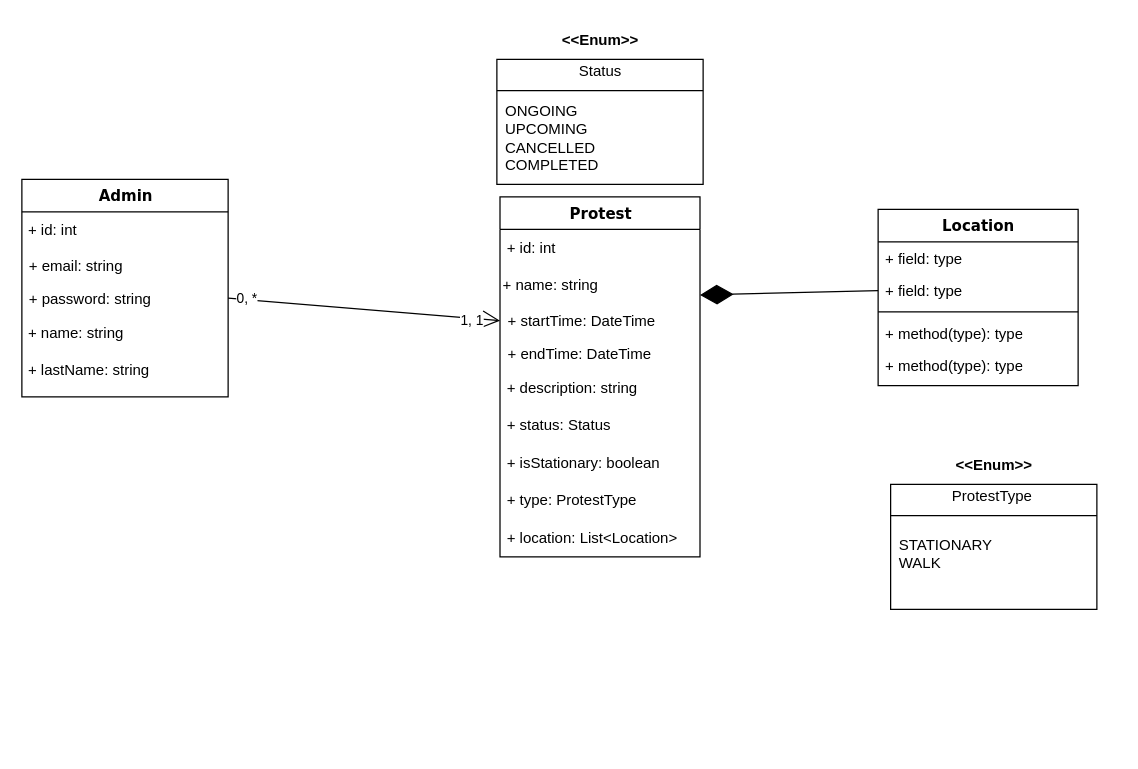
MilanUD/protests-tracker keeps this draw.io diagram as RoadBlockTracker.drawio. Above is the earlier version. Source tidied: cells renumbered, new cells numbered last; positions are measured from the earlier drawing's top-left corner, leaving out a move shared by most shapes. Both pictures are drawn from the tidied source at 125%, with x=0, y=0 at pixel (21, 21).
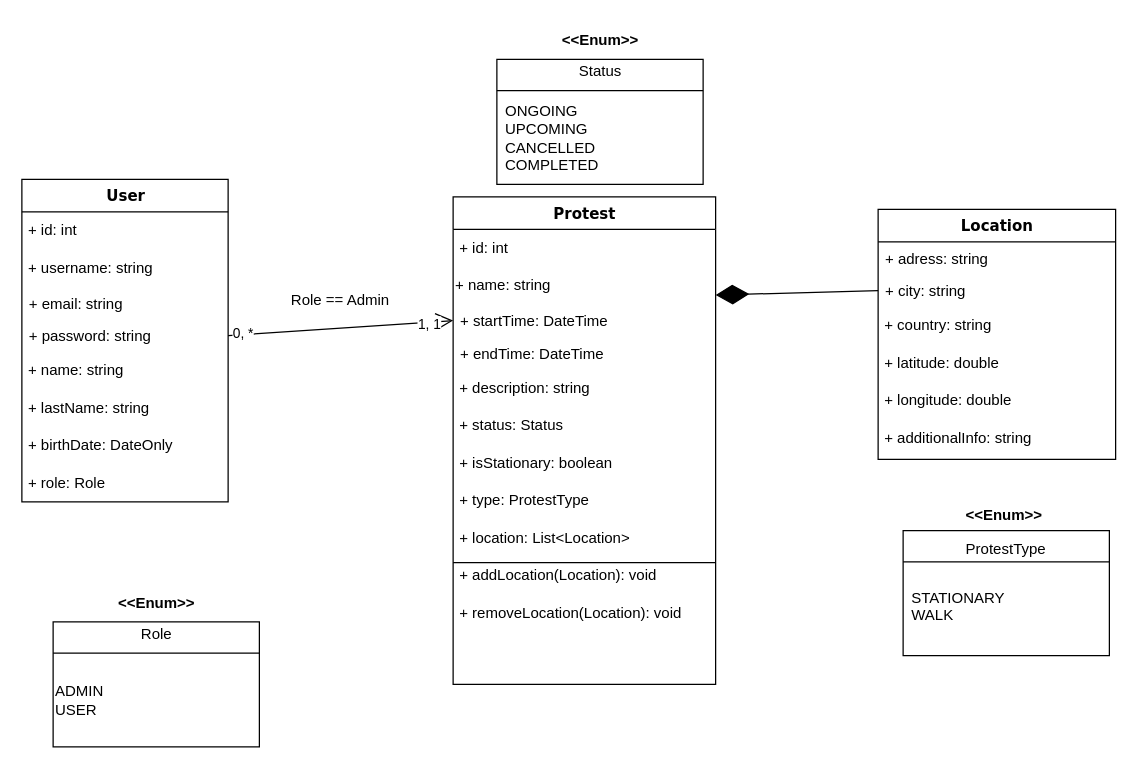
After the change.

Diff of the diagram source:
```diff
@@
-    <mxCell id="2" value="Admin" style="swimlane;html=1;fontStyle=1;align=center;verticalAlign=top;horizontal=1;startSize=26;swimlaneFillColor=#ffffff;rounded=0;shadow=0;comic=0;labelBackgroundColor=none;strokeWidth=1;fillColor=none;fontFamily=Verdana;fontSize=12;" parent="1" vertex="1">
-      <mxGeometry y="126" width="165" height="174" as="geometry" />
+    <mxCell id="2" value="User" style="swimlane;html=1;fontStyle=1;align=center;verticalAlign=top;horizontal=1;startSize=26;swimlaneFillColor=#ffffff;rounded=0;shadow=0;comic=0;labelBackgroundColor=none;strokeWidth=1;fillColor=none;fontFamily=Verdana;fontSize=12;" parent="1" vertex="1">
+      <mxGeometry y="126" width="165" height="258" as="geometry" />
     </mxCell>
@@
+    <mxCell id="38" value="&amp;nbsp;+ username: string" style="text;html=1;align=left;verticalAlign=middle;whiteSpace=wrap;rounded=0;" parent="2" vertex="1">
+      <mxGeometry y="56" width="165" height="30" as="geometry" />
+    </mxCell>
     <mxCell id="4" value="+ email: string" style="text;html=1;strokeColor=none;fillColor=none;align=left;verticalAlign=top;spacingLeft=4;spacingRight=4;whiteSpace=wrap;overflow=hidden;" parent="2" vertex="1">
-      <mxGeometry y="56" width="165" height="26" as="geometry" />
+      <mxGeometry y="86" width="165" height="26" as="geometry" />
     </mxCell>
     <mxCell id="5" value="+ password: string" style="text;html=1;strokeColor=none;fillColor=none;align=left;verticalAlign=top;spacingLeft=4;spacingRight=4;whiteSpace=wrap;overflow=hidden;points=[[0,0.5],[1,0.5]];portConstraint=eastwest;" parent="2" vertex="1">
-      <mxGeometry y="82" width="165" height="26" as="geometry" />
+      <mxGeometry y="112" width="165" height="26" as="geometry" />
     </mxCell>
     <mxCell id="6" value="&amp;nbsp;+ name: string" style="text;html=1;align=left;verticalAlign=middle;whiteSpace=wrap;rounded=0;" parent="2" vertex="1">
-      <mxGeometry y="108" width="165" height="30" as="geometry" />
+      <mxGeometry y="138" width="165" height="30" as="geometry" />
     </mxCell>
     <mxCell id="7" value="&amp;nbsp;+ lastName: string" style="text;html=1;align=left;verticalAlign=middle;whiteSpace=wrap;rounded=0;" parent="2" vertex="1">
-      <mxGeometry y="138" width="165" height="30" as="geometry" />
+      <mxGeometry y="168" width="165" height="30" as="geometry" />
     </mxCell>
+    <mxCell id="39" value="&amp;nbsp;+ birthDate: DateOnly" style="text;html=1;align=left;verticalAlign=middle;whiteSpace=wrap;rounded=0;" parent="2" vertex="1">
+      <mxGeometry y="198" width="165" height="30" as="geometry" />
+    </mxCell>
+    <mxCell id="40" value="&amp;nbsp;+ role: Role" style="text;html=1;align=left;verticalAlign=middle;whiteSpace=wrap;rounded=0;" parent="2" vertex="1">
+      <mxGeometry y="228" width="165" height="30" as="geometry" />
+    </mxCell>
     <mxCell id="8" value="Protest" style="swimlane;html=1;fontStyle=1;align=center;verticalAlign=top;horizontal=1;startSize=26;swimlaneFillColor=#ffffff;rounded=0;shadow=0;comic=0;labelBackgroundColor=none;strokeWidth=1;fillColor=none;fontFamily=Verdana;fontSize=12;" parent="1" vertex="1">
-      <mxGeometry x="382.5" y="140" width="160" height="288" as="geometry" />
+      <mxGeometry x="345" y="140" width="210" height="390" as="geometry" />
     </mxCell>
     <mxCell id="9" value="&amp;nbsp;+ id: int" style="text;html=1;align=left;verticalAlign=middle;whiteSpace=wrap;rounded=0;" parent="8" vertex="1">
-      <mxGeometry y="26" width="160" height="30" as="geometry" />
+      <mxGeometry y="26" width="210" height="30" as="geometry" />
     </mxCell>
     <mxCell id="10" value="+ name: string" style="text;html=1;align=left;verticalAlign=middle;whiteSpace=wrap;rounded=0;" parent="8" vertex="1">
-      <mxGeometry y="56" width="160" height="30" as="geometry" />
+      <mxGeometry y="56" width="210" height="30" as="geometry" />
     </mxCell>
     <mxCell id="11" value="+ startTime: DateTime" style="text;html=1;strokeColor=none;fillColor=none;align=left;verticalAlign=top;spacingLeft=4;spacingRight=4;whiteSpace=wrap;overflow=hidden;points=[[0,0.5],[1,0.5]];portConstraint=eastwest;" parent="8" vertex="1">
-      <mxGeometry y="86" width="160" height="26" as="geometry" />
+      <mxGeometry y="86" width="210" height="26" as="geometry" />
     </mxCell>
     <mxCell id="12" value="+ endTime: DateTime" style="text;html=1;strokeColor=none;fillColor=none;align=left;verticalAlign=top;spacingLeft=4;spacingRight=4;whiteSpace=wrap;overflow=hidden;" parent="8" vertex="1">
-      <mxGeometry y="112" width="160" height="26" as="geometry" />
+      <mxGeometry y="112" width="210" height="26" as="geometry" />
     </mxCell>
     <mxCell id="13" value="&amp;nbsp;+ description: string" style="text;html=1;align=left;verticalAlign=middle;whiteSpace=wrap;rounded=0;" parent="8" vertex="1">
-      <mxGeometry y="138" width="160" height="30" as="geometry" />
+      <mxGeometry y="138" width="210" height="30" as="geometry" />
     </mxCell>
     <mxCell id="14" value="&amp;nbsp;+ status: Status" style="text;html=1;align=left;verticalAlign=middle;whiteSpace=wrap;rounded=0;" parent="8" vertex="1">
-      <mxGeometry y="168" width="160" height="30" as="geometry" />
+      <mxGeometry y="168" width="210" height="30" as="geometry" />
     </mxCell>
     <mxCell id="15" value="&amp;nbsp;+ isStationary: boolean" style="text;html=1;align=left;verticalAlign=middle;whiteSpace=wrap;rounded=0;" parent="8" vertex="1">
-      <mxGeometry y="198" width="160" height="30" as="geometry" />
+      <mxGeometry y="198" width="210" height="30" as="geometry" />
     </mxCell>
     <mxCell id="16" value="&amp;nbsp;+ type: ProtestType" style="text;html=1;align=left;verticalAlign=middle;whiteSpace=wrap;rounded=0;" parent="8" vertex="1">
-      <mxGeometry y="228" width="160" height="30" as="geometry" />
+      <mxGeometry y="228" width="210" height="30" as="geometry" />
     </mxCell>
     <mxCell id="17" value="&amp;nbsp;+ location: List&amp;lt;Location&amp;gt;" style="text;html=1;align=left;verticalAlign=middle;whiteSpace=wrap;rounded=0;" parent="8" vertex="1">
-      <mxGeometry y="258" width="160" height="30" as="geometry" />
+      <mxGeometry y="258" width="210" height="30" as="geometry" />
     </mxCell>
+    <mxCell id="41" value="&amp;nbsp;+ addLocation(Location): void" style="text;html=1;align=left;verticalAlign=middle;whiteSpace=wrap;rounded=0;" parent="8" vertex="1">
+      <mxGeometry y="288" width="210" height="30" as="geometry" />
+    </mxCell>
+    <mxCell id="42" value="&amp;nbsp;+ removeLocation(Location): void" style="text;html=1;align=left;verticalAlign=middle;whiteSpace=wrap;rounded=0;" parent="8" vertex="1">
+      <mxGeometry y="318" width="210" height="30" as="geometry" />
+    </mxCell>
     <mxCell id="18" value="Location" style="swimlane;html=1;fontStyle=1;align=center;verticalAlign=top;horizontal=1;startSize=26;swimlaneFillColor=#ffffff;rounded=0;shadow=0;comic=0;labelBackgroundColor=none;strokeWidth=1;fillColor=none;fontFamily=Verdana;fontSize=12;" parent="1" vertex="1">
-      <mxGeometry x="685" y="150" width="160" height="141" as="geometry" />
+      <mxGeometry x="685" y="150" width="190" height="200" as="geometry" />
     </mxCell>
-    <mxCell id="19" value="+ field: type" style="text;html=1;strokeColor=none;fillColor=none;align=left;verticalAlign=top;spacingLeft=4;spacingRight=4;whiteSpace=wrap;overflow=hidden;" parent="18" vertex="1">
-      <mxGeometry y="26" width="160" height="26" as="geometry" />
+    <mxCell id="19" value="+ adress: string" style="text;html=1;strokeColor=none;fillColor=none;align=left;verticalAlign=top;spacingLeft=4;spacingRight=4;whiteSpace=wrap;overflow=hidden;" parent="18" vertex="1">
+      <mxGeometry y="26" width="190" height="26" as="geometry" />
     </mxCell>
-    <mxCell id="20" value="+ field: type" style="text;html=1;strokeColor=none;fillColor=none;align=left;verticalAlign=top;spacingLeft=4;spacingRight=4;whiteSpace=wrap;overflow=hidden;points=[[0,0.5],[1,0.5]];portConstraint=eastwest;" parent="18" vertex="1">
-      <mxGeometry y="52" width="160" height="26" as="geometry" />
+    <mxCell id="20" value="+ city: string" style="text;html=1;strokeColor=none;fillColor=none;align=left;verticalAlign=top;spacingLeft=4;spacingRight=4;whiteSpace=wrap;overflow=hidden;points=[[0,0.5],[1,0.5]];portConstraint=eastwest;" parent="18" vertex="1">
+      <mxGeometry y="52" width="190" height="26" as="geometry" />
     </mxCell>
-    <mxCell id="21" style="line;html=1;strokeWidth=1;fillColor=none;align=left;verticalAlign=middle;spacingTop=-1;spacingLeft=3;spacingRight=3;labelPosition=right;" parent="18" vertex="1">
-      <mxGeometry y="78" width="160" height="8" as="geometry" />
-    </mxCell>
-    <mxCell id="22" value="+ method(type): type" style="text;html=1;strokeColor=none;fillColor=none;align=left;verticalAlign=top;spacingLeft=4;spacingRight=4;whiteSpace=wrap;overflow=hidden;" parent="18" vertex="1">
-      <mxGeometry y="86" width="160" height="26" as="geometry" />
-    </mxCell>
-    <mxCell id="23" value="+ method(type): type" style="text;html=1;strokeColor=none;fillColor=none;align=left;verticalAlign=top;spacingLeft=4;spacingRight=4;whiteSpace=wrap;overflow=hidden;" parent="18" vertex="1">
-      <mxGeometry y="112" width="160" height="26" as="geometry" />
-    </mxCell>
+    <mxCell id="43" value="&amp;nbsp;+ country: string" style="text;html=1;align=left;verticalAlign=middle;whiteSpace=wrap;rounded=0;" parent="18" vertex="1">
+      <mxGeometry y="78" width="190" height="30" as="geometry" />
+    </mxCell>
+    <mxCell id="44" value="&amp;nbsp;+ latitude: double&amp;nbsp;" style="text;html=1;align=left;verticalAlign=middle;whiteSpace=wrap;rounded=0;" parent="18" vertex="1">
+      <mxGeometry y="108" width="190" height="30" as="geometry" />
+    </mxCell>
+    <mxCell id="45" value="&amp;nbsp;+ longitude: double" style="text;html=1;align=left;verticalAlign=middle;whiteSpace=wrap;rounded=0;" parent="18" vertex="1">
+      <mxGeometry y="138" width="190" height="30" as="geometry" />
+    </mxCell>
+    <mxCell id="46" value="&amp;nbsp;+ additionalInfo: string" style="text;html=1;align=left;verticalAlign=middle;whiteSpace=wrap;rounded=0;" parent="18" vertex="1">
+      <mxGeometry y="168" width="190" height="30" as="geometry" />
+    </mxCell>
@@
     <mxCell id="29" style="rounded=0;whiteSpace=wrap;html=1;" parent="1" vertex="1">
-      <mxGeometry x="695" y="370" width="165" height="100" as="geometry" />
+      <mxGeometry x="705" y="407" width="165" height="100" as="geometry" />
     </mxCell>
     <mxCell id="30" value="&lt;b&gt;&amp;lt;&amp;lt;Enum&amp;gt;&amp;gt;&lt;/b&gt;" style="text;html=1;align=center;verticalAlign=middle;whiteSpace=wrap;rounded=0;" parent="1" vertex="1">
-      <mxGeometry x="747.5" y="340" width="60" height="30" as="geometry" />
+      <mxGeometry x="756.2" y="380" width="60" height="30" as="geometry" />
     </mxCell>
@@
     <mxCell id="32" value="ProtestType" style="text;html=1;align=center;verticalAlign=middle;whiteSpace=wrap;rounded=0;" parent="1" vertex="1">
-      <mxGeometry x="745" y="370" width="62.5" height="20" as="geometry" />
+      <mxGeometry x="756.2" y="412" width="62.5" height="20" as="geometry" />
     </mxCell>
     <mxCell id="33" value="STATIONARY&lt;br&gt;WALK&lt;br&gt;&lt;div&gt;&lt;br&gt;&lt;/div&gt;" style="text;html=1;align=left;verticalAlign=middle;whiteSpace=wrap;rounded=0;" parent="1" vertex="1">
-      <mxGeometry x="700" y="410" width="75" height="45" as="geometry" />
+      <mxGeometry x="710" y="452" width="75" height="45" as="geometry" />
     </mxCell>
@@
+    <mxCell id="47" style="endArrow=none;html=1;rounded=0;entryX=1;entryY=0.75;entryDx=0;entryDy=0;exitX=0;exitY=0.75;exitDx=0;exitDy=0;" parent="1" edge="1" source="8" target="8">
+      <mxGeometry relative="1" as="geometry" />
+    </mxCell>
+    <mxCell id="48" style="rounded=0;whiteSpace=wrap;html=1;" parent="1" vertex="1">
+      <mxGeometry x="25" y="480" width="165" height="100" as="geometry" />
+    </mxCell>
+    <mxCell id="49" value="&lt;b&gt;&amp;lt;&amp;lt;Enum&amp;gt;&amp;gt;&lt;/b&gt;" style="text;html=1;align=center;verticalAlign=middle;whiteSpace=wrap;rounded=0;" parent="1" vertex="1">
+      <mxGeometry x="77.5" y="450" width="60" height="30" as="geometry" />
+    </mxCell>
+    <mxCell id="50" style="endArrow=none;html=1;rounded=0;entryX=1;entryY=0.25;entryDx=0;entryDy=0;exitX=0;exitY=0.25;exitDx=0;exitDy=0;" parent="1" edge="1" source="48" target="48">
+      <mxGeometry relative="1" as="geometry" />
+    </mxCell>
+    <mxCell id="51" value="Role" style="text;html=1;align=center;verticalAlign=middle;whiteSpace=wrap;rounded=0;" parent="1" vertex="1">
+      <mxGeometry x="77.5" y="480" width="60" height="20" as="geometry" />
+    </mxCell>
+    <mxCell id="52" value="ADMIN&lt;br&gt;USER" style="text;html=1;align=left;verticalAlign=middle;whiteSpace=wrap;rounded=0;" parent="1" vertex="1">
+      <mxGeometry x="25" y="520" width="75" height="45" as="geometry" />
+    </mxCell>
+    <mxCell id="53" value="Role == Admin" style="text;html=1;align=center;verticalAlign=middle;whiteSpace=wrap;rounded=0;" parent="1" vertex="1">
+      <mxGeometry x="205" y="208" width="100" height="30" as="geometry" />
+    </mxCell>
```
